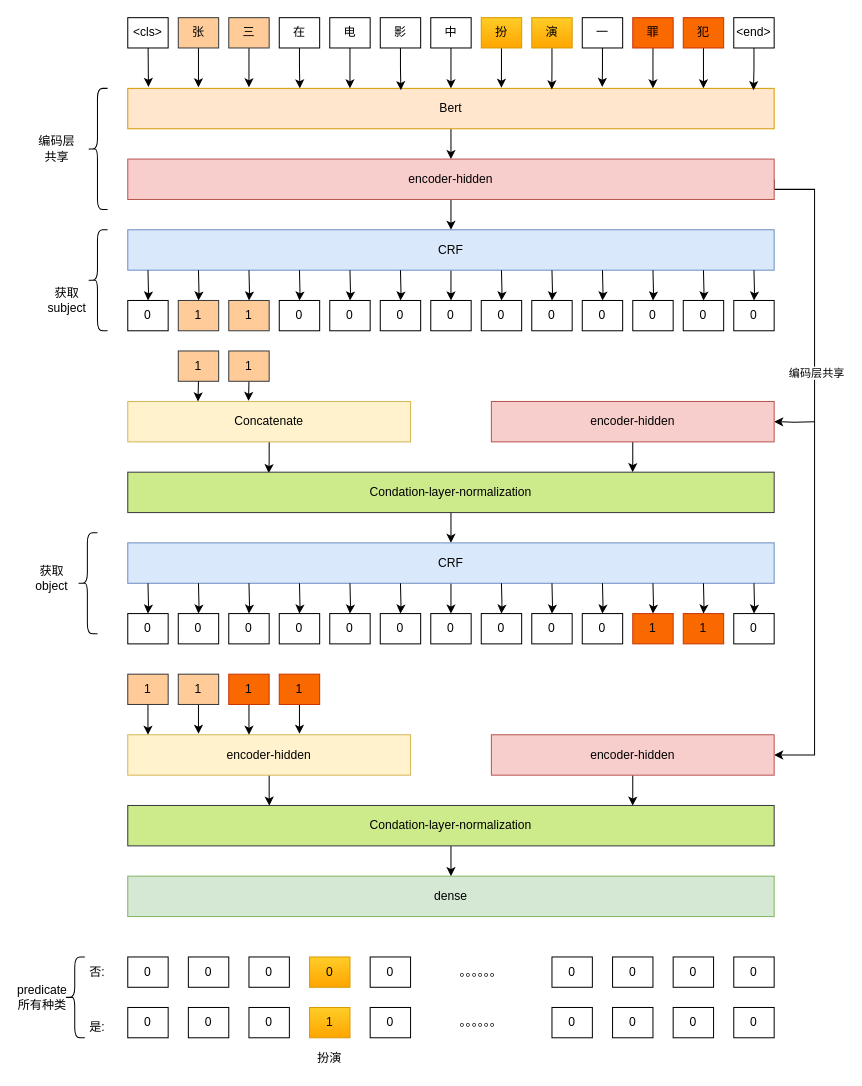
Earlier version of the draw.io diagram information_extraction/Untitled Diagram.drawio (1148330040/TensorFlow-Torch). Source tidied: cells renumbered, new cells numbered last; positions are measured from the earlier drawing's top-left corner, leaving out a move shared by most shapes. Both pictures are drawn from the tidied source at 101%, with x=0, y=0 at pixel (28, 17).
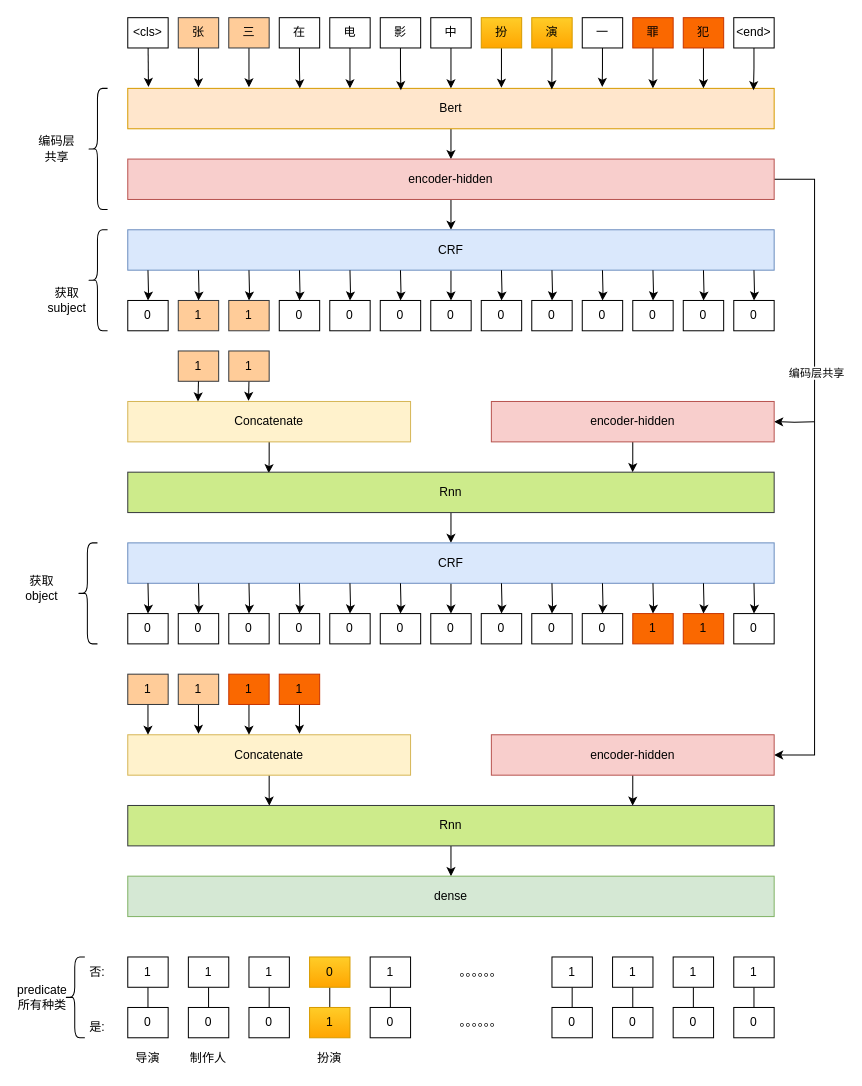
After the change.

Unchanged cells that the change refers to:
```xml
<mxCell id="9" value="encoder-hidden" style="whiteSpace=wrap;html=1;rounded=0;fillColor=#f8cecc;strokeColor=#b85450;" parent="1" vertex="1">
  <mxGeometry x="98" y="140" width="640" height="40" as="geometry" />
</mxCell>
<mxCell id="114" value="encoder-hidden" style="whiteSpace=wrap;html=1;rounded=0;fillColor=#f8cecc;strokeColor=#b85450;" parent="1" vertex="1">
  <mxGeometry x="458" y="710" width="280" height="40" as="geometry" />
</mxCell>
<mxCell id="127" value="0" style="rounded=0;whiteSpace=wrap;html=1;gradientColor=#ffa500;fillColor=#ffcd28;strokeColor=#d79b00;" parent="1" vertex="1">
  <mxGeometry x="278" y="930" width="40" height="30" as="geometry" />
</mxCell>
```

Diff of the diagram source:
```diff
@@
     <mxCell id="7" style="edgeStyle=orthogonalEdgeStyle;rounded=0;jettySize=auto;html=1;entryX=1;entryY=0.5;entryDx=0;entryDy=0;exitX=1;exitY=0.5;exitDx=0;exitDy=0;" parent="1" edge="1" source="9" target="114">
       <mxGeometry relative="1" as="geometry">
         <Array as="points">
-          <mxPoint x="738" y="170" />
-          <mxPoint x="778" y="170" />
+          <mxPoint x="778" y="160" />
           <mxPoint x="778" y="730" />
         </Array>
       </mxGeometry>
     </mxCell>
@@
-    <mxCell id="74" value="Condation-layer-normalization" style="whiteSpace=wrap;html=1;rounded=0;strokeColor=#36393d;fillColor=#cdeb8b;" parent="1" vertex="1">
+    <mxCell id="74" value="Rnn" style="whiteSpace=wrap;html=1;rounded=0;strokeColor=#36393d;fillColor=#cdeb8b;" parent="1" vertex="1">
       <mxGeometry x="98" y="450" width="640" height="40" as="geometry" />
     </mxCell>
@@
-    <mxCell id="103" value="encoder-hidden" style="whiteSpace=wrap;html=1;rounded=0;fillColor=#fff2cc;strokeColor=#d6b656;" parent="1" vertex="1">
+    <mxCell id="103" value="Concatenate" style="whiteSpace=wrap;html=1;rounded=0;fillColor=#fff2cc;strokeColor=#d6b656;" parent="1" vertex="1">
       <mxGeometry x="98" y="710" width="280" height="40" as="geometry" />
     </mxCell>
@@
     <mxCell id="115" style="shape=curlyBracket;whiteSpace=wrap;html=1;rounded=1;" parent="1" vertex="1">
-      <mxGeometry x="48" y="510" width="20" height="100" as="geometry" />
+      <mxGeometry x="48" y="520" width="20" height="100" as="geometry" />
     </mxCell>
     <mxCell id="116" value="获取object" style="text;html=1;strokeColor=none;fillColor=none;align=center;verticalAlign=middle;whiteSpace=wrap;rounded=0;" parent="1" vertex="1">
-      <mxGeometry x="8" y="550" width="30" height="10" as="geometry" />
+      <mxGeometry x="8" y="560" width="10" height="10" as="geometry" />
     </mxCell>
@@
-    <mxCell id="118" value="Condation-layer-normalization" style="whiteSpace=wrap;html=1;rounded=0;strokeColor=#36393d;fillColor=#cdeb8b;" parent="1" vertex="1">
+    <mxCell id="118" value="Rnn" style="whiteSpace=wrap;html=1;rounded=0;strokeColor=#36393d;fillColor=#cdeb8b;" parent="1" vertex="1">
       <mxGeometry x="98" y="780" width="640" height="40" as="geometry" />
     </mxCell>
@@
+    <mxCell id="145" style="edgeStyle=orthogonalEdgeStyle;rounded=0;jettySize=auto;html=1;exitX=0.5;exitY=1;exitDx=0;exitDy=0;" parent="1" edge="1" source="120">
+      <mxGeometry relative="1" as="geometry">
+        <mxPoint x="118" y="990" as="targetPoint" />
+      </mxGeometry>
+    </mxCell>
-    <mxCell id="120" value="0" style="rounded=0;whiteSpace=wrap;html=1;gradientColor=none;" parent="1" vertex="1">
+    <mxCell id="120" value="1" style="rounded=0;whiteSpace=wrap;html=1;gradientColor=none;" parent="1" vertex="1">
       <mxGeometry x="98" y="930" width="40" height="30" as="geometry" />
     </mxCell>
+    <mxCell id="146" style="edgeStyle=orthogonalEdgeStyle;rounded=0;jettySize=auto;html=1;" parent="1" edge="1" source="121">
+      <mxGeometry relative="1" as="geometry">
+        <mxPoint x="538" y="995" as="targetPoint" />
+      </mxGeometry>
+    </mxCell>
-    <mxCell id="121" value="0" style="rounded=0;whiteSpace=wrap;html=1;gradientColor=none;" parent="1" vertex="1">
+    <mxCell id="121" value="1" style="rounded=0;whiteSpace=wrap;html=1;gradientColor=none;" parent="1" vertex="1">
       <mxGeometry x="518" y="930" width="40" height="30" as="geometry" />
     </mxCell>
+    <mxCell id="147" style="edgeStyle=orthogonalEdgeStyle;rounded=0;jettySize=auto;html=1;" parent="1" edge="1" source="122">
+      <mxGeometry relative="1" as="geometry">
+        <mxPoint x="598" y="990" as="targetPoint" />
+      </mxGeometry>
+    </mxCell>
-    <mxCell id="122" value="0" style="rounded=0;whiteSpace=wrap;html=1;gradientColor=none;" parent="1" vertex="1">
+    <mxCell id="122" value="1" style="rounded=0;whiteSpace=wrap;html=1;gradientColor=none;" parent="1" vertex="1">
       <mxGeometry x="578" y="930" width="40" height="30" as="geometry" />
     </mxCell>
+    <mxCell id="148" style="edgeStyle=orthogonalEdgeStyle;rounded=0;jettySize=auto;html=1;" parent="1" edge="1" source="123">
+      <mxGeometry relative="1" as="geometry">
+        <mxPoint x="658" y="995" as="targetPoint" />
+      </mxGeometry>
+    </mxCell>
-    <mxCell id="123" value="0" style="rounded=0;whiteSpace=wrap;html=1;gradientColor=none;" parent="1" vertex="1">
+    <mxCell id="123" value="1" style="rounded=0;whiteSpace=wrap;html=1;gradientColor=none;" parent="1" vertex="1">
       <mxGeometry x="638" y="930" width="40" height="30" as="geometry" />
     </mxCell>
+    <mxCell id="149" style="edgeStyle=orthogonalEdgeStyle;rounded=0;jettySize=auto;html=1;" parent="1" edge="1" source="124">
+      <mxGeometry relative="1" as="geometry">
+        <mxPoint x="718" y="995" as="targetPoint" />
+      </mxGeometry>
+    </mxCell>
-    <mxCell id="124" value="0" style="rounded=0;whiteSpace=wrap;html=1;gradientColor=none;" parent="1" vertex="1">
+    <mxCell id="124" value="1" style="rounded=0;whiteSpace=wrap;html=1;gradientColor=none;" parent="1" vertex="1">
       <mxGeometry x="698" y="930" width="40" height="30" as="geometry" />
     </mxCell>
+    <mxCell id="150" style="edgeStyle=orthogonalEdgeStyle;rounded=0;jettySize=auto;html=1;" parent="1" edge="1" source="125">
+      <mxGeometry relative="1" as="geometry">
+        <mxPoint x="178" y="995" as="targetPoint" />
+      </mxGeometry>
+    </mxCell>
-    <mxCell id="125" value="0" style="rounded=0;whiteSpace=wrap;html=1;gradientColor=none;" parent="1" vertex="1">
+    <mxCell id="125" value="1" style="rounded=0;whiteSpace=wrap;html=1;gradientColor=none;" parent="1" vertex="1">
       <mxGeometry x="158" y="930" width="40" height="30" as="geometry" />
     </mxCell>
+    <mxCell id="151" style="edgeStyle=orthogonalEdgeStyle;rounded=0;jettySize=auto;html=1;" parent="1" edge="1" source="126">
+      <mxGeometry relative="1" as="geometry">
+        <mxPoint x="238" y="990" as="targetPoint" />
+      </mxGeometry>
+    </mxCell>
-    <mxCell id="126" value="0" style="rounded=0;whiteSpace=wrap;html=1;gradientColor=none;" parent="1" vertex="1">
+    <mxCell id="126" value="1" style="rounded=0;whiteSpace=wrap;html=1;gradientColor=none;" parent="1" vertex="1">
       <mxGeometry x="218" y="930" width="40" height="30" as="geometry" />
     </mxCell>
+    <mxCell id="152" style="edgeStyle=orthogonalEdgeStyle;rounded=0;jettySize=auto;html=1;" parent="1" edge="1" source="127">
+      <mxGeometry relative="1" as="geometry">
+        <mxPoint x="298" y="1000" as="targetPoint" />
+      </mxGeometry>
+    </mxCell>
@@
+    <mxCell id="153" style="edgeStyle=orthogonalEdgeStyle;rounded=0;jettySize=auto;html=1;" parent="1" edge="1" source="128">
+      <mxGeometry relative="1" as="geometry">
+        <mxPoint x="358" y="995" as="targetPoint" />
+      </mxGeometry>
+    </mxCell>
-    <mxCell id="128" value="0" style="rounded=0;whiteSpace=wrap;html=1;gradientColor=none;" parent="1" vertex="1">
+    <mxCell id="128" value="1" style="rounded=0;whiteSpace=wrap;html=1;gradientColor=none;" parent="1" vertex="1">
       <mxGeometry x="338" y="930" width="40" height="30" as="geometry" />
     </mxCell>
@@
+    <mxCell id="154" value="导演" style="text;html=1;strokeColor=none;fillColor=none;align=center;verticalAlign=middle;whiteSpace=wrap;rounded=0;" parent="1" vertex="1">
+      <mxGeometry x="98" y="1020" width="40" height="20" as="geometry" />
+    </mxCell>
+    <mxCell id="155" value="制作人" style="text;html=1;strokeColor=none;fillColor=none;align=center;verticalAlign=middle;whiteSpace=wrap;rounded=0;" parent="1" vertex="1">
+      <mxGeometry x="158" y="1020" width="40" height="20" as="geometry" />
+    </mxCell>
```
